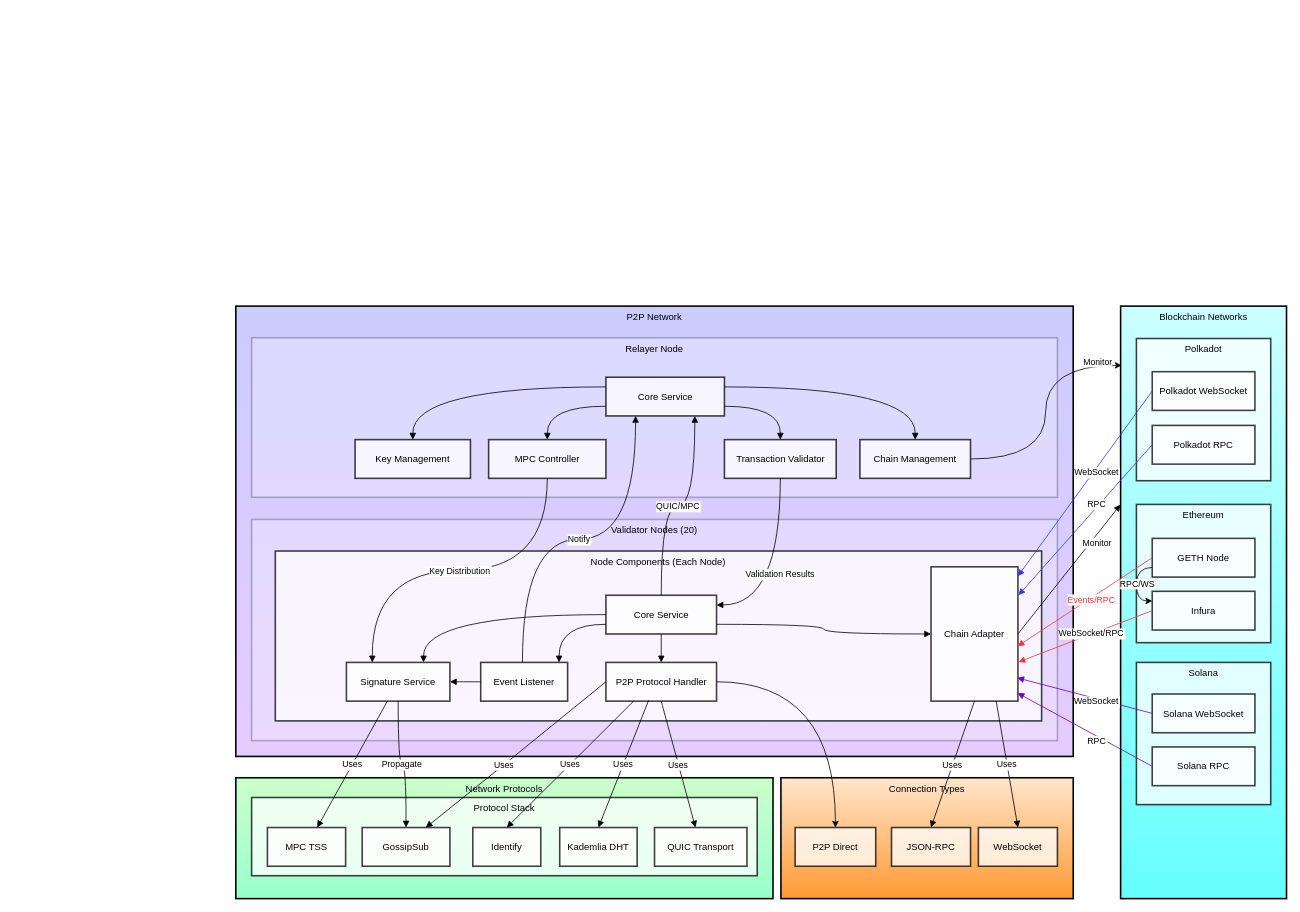
Earlier version of the draw.io diagram page "detail archi" (2 of 4) of drawio/bridge_global_architecture.drawio (chaincraft-labs/bridge-doc). Source tidied: cells renumbered, new cells numbered last; positions are measured from the earlier drawing's top-left corner, leaving out a move shared by most shapes. Both pictures are drawn from the tidied source at 79%, with x=0, y=0 at pixel (235, 306).
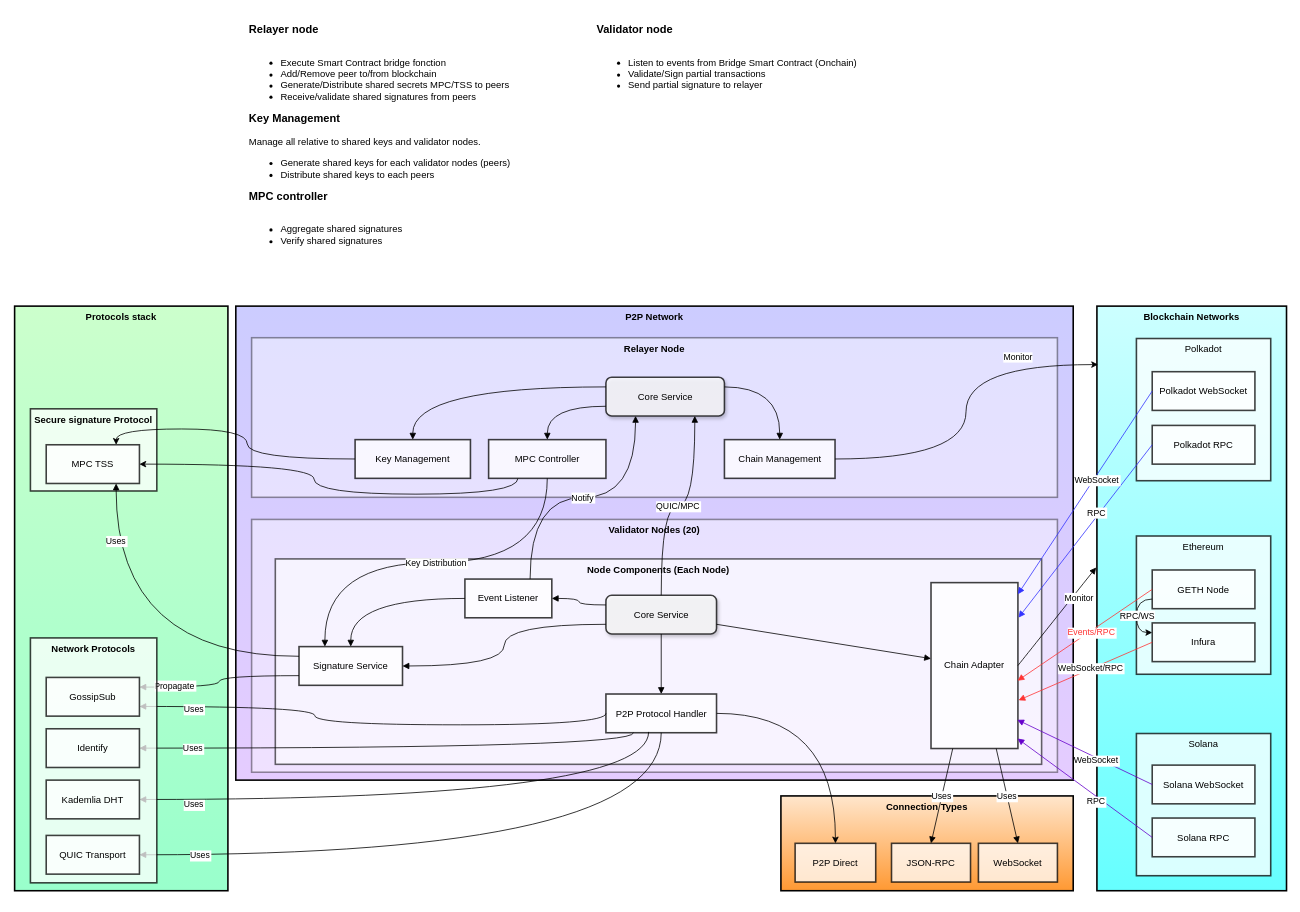
The same page after the edit.

Unchanged cells that the change refers to:
```xml
<mxCell id="22" value="MPC Controller" style="whiteSpace=wrap;strokeWidth=2;opacity=75;" parent="1" vertex="1">
  <mxGeometry x="320" y="169" width="148.5" height="49" as="geometry" />
</mxCell>
<mxCell id="23" value="Key Management" style="whiteSpace=wrap;strokeWidth=2;opacity=75;" parent="1" vertex="1">
  <mxGeometry x="151" y="169" width="146" height="49" as="geometry" />
</mxCell>
```

Change to the diagram source:
```diff
@@
+    <mxCell id="70" value="Protocols stack" style="whiteSpace=wrap;strokeWidth=2;verticalAlign=top;gradientColor=#99FFCC;fillColor=#CCFFCC;fontStyle=1;" parent="1" vertex="1">
+      <mxGeometry x="-280" width="270" height="740" as="geometry" />
+    </mxCell>
+    <mxCell id="71" value="Secure signature Protocol" style="whiteSpace=wrap;strokeWidth=2;verticalAlign=top;opacity=75;fontStyle=1;" parent="1" vertex="1">
+      <mxGeometry x="-260" y="130" width="160" height="104" as="geometry" />
+    </mxCell>
-    <mxCell id="2" value="Connection Types" style="whiteSpace=wrap;strokeWidth=2;verticalAlign=top;gradientColor=#FF9933;fillColor=#FFE6CC;" parent="1" vertex="1">
-      <mxGeometry x="690" y="597" width="370" height="153" as="geometry" />
+    <mxCell id="2" value="Connection Types" style="whiteSpace=wrap;strokeWidth=2;verticalAlign=top;gradientColor=#FF9933;fillColor=#FFE6CC;fontStyle=1;" parent="1" vertex="1">
+      <mxGeometry x="690" y="620" width="370" height="120" as="geometry" />
     </mxCell>
-    <mxCell id="3" value="Network Protocols" style="whiteSpace=wrap;strokeWidth=2;verticalAlign=top;gradientColor=#99FFCC;fillColor=#CCFFCC;" parent="1" vertex="1">
-      <mxGeometry y="597" width="680" height="153" as="geometry" />
-    </mxCell>
-    <mxCell id="4" value="Protocol Stack" style="whiteSpace=wrap;strokeWidth=2;verticalAlign=top;opacity=75;" parent="1" vertex="1">
-      <mxGeometry x="20" y="622" width="640" height="99" as="geometry" />
-    </mxCell>
-    <mxCell id="5" value="P2P Network" style="whiteSpace=wrap;strokeWidth=2;verticalAlign=top;gradientColor=#E5CCFF;fillColor=#CCCCFF;" parent="1" vertex="1">
-      <mxGeometry width="1060" height="570" as="geometry" />
+    <mxCell id="5" value="P2P Network" style="whiteSpace=wrap;strokeWidth=2;verticalAlign=top;gradientColor=#E5CCFF;fillColor=#CCCCFF;fontStyle=1;" parent="1" vertex="1">
+      <mxGeometry width="1060" height="600" as="geometry" />
     </mxCell>
-    <mxCell id="6" value="Validator Nodes (20)" style="whiteSpace=wrap;strokeWidth=2;verticalAlign=top;fillColor=#FFFFFF;gradientColor=none;opacity=25;" parent="1" vertex="1">
-      <mxGeometry x="20" y="270" width="1020" height="280" as="geometry" />
+    <mxCell id="6" value="Validator Nodes (20)" style="whiteSpace=wrap;strokeWidth=2;verticalAlign=top;fillColor=#FFFFFF;gradientColor=none;opacity=40;fontStyle=1;" parent="1" vertex="1">
+      <mxGeometry x="20" y="270" width="1020" height="320" as="geometry" />
     </mxCell>
-    <mxCell id="7" value="Node Components (Each Node)" style="whiteSpace=wrap;strokeWidth=2;verticalAlign=top;opacity=75;" parent="1" vertex="1">
-      <mxGeometry x="50" y="310" width="970" height="215" as="geometry" />
+    <mxCell id="7" value="Node Components (Each Node)" style="whiteSpace=wrap;strokeWidth=2;verticalAlign=top;opacity=60;fontStyle=1;" parent="1" vertex="1">
+      <mxGeometry x="50" y="320" width="970" height="260" as="geometry" />
     </mxCell>
-    <mxCell id="8" value="Relayer Node" style="whiteSpace=wrap;strokeWidth=2;verticalAlign=top;gradientColor=none;fillColor=default;opacity=25;" parent="1" vertex="1">
+    <mxCell id="8" value="Relayer Node" style="whiteSpace=wrap;strokeWidth=2;verticalAlign=top;gradientColor=none;fillColor=default;opacity=40;fontStyle=1;" parent="1" vertex="1">
       <mxGeometry x="20" y="40" width="1020" height="202" as="geometry" />
     </mxCell>
-    <mxCell id="9" value="Blockchain Networks" style="whiteSpace=wrap;strokeWidth=2;verticalAlign=top;gradientColor=#66FFFF;fillColor=#CCFFFF;" parent="1" vertex="1">
-      <mxGeometry x="1120" width="210" height="750" as="geometry" />
+    <mxCell id="9" value="Blockchain Networks" style="whiteSpace=wrap;strokeWidth=2;verticalAlign=top;gradientColor=#66FFFF;fillColor=#CCFFFF;fontStyle=1;" parent="1" vertex="1">
+      <mxGeometry x="1090" width="240" height="740" as="geometry" />
     </mxCell>
     <mxCell id="10" value="Solana" style="whiteSpace=wrap;strokeWidth=2;verticalAlign=top;opacity=75;" parent="1" vertex="1">
-      <mxGeometry x="1140" y="451" width="170" height="180" as="geometry" />
+      <mxGeometry x="1140" y="541" width="170" height="180" as="geometry" />
     </mxCell>
@@
     <mxCell id="12" value="Ethereum" style="whiteSpace=wrap;strokeWidth=2;verticalAlign=top;opacity=75;" parent="1" vertex="1">
-      <mxGeometry x="1140" y="251" width="170" height="175" as="geometry" />
+      <mxGeometry x="1140" y="291" width="170" height="175" as="geometry" />
     </mxCell>
@@
     <mxCell id="15" value="GETH Node" style="whiteSpace=wrap;strokeWidth=2;opacity=75;" parent="1" vertex="1">
-      <mxGeometry x="1160" y="294" width="130" height="49" as="geometry" />
+      <mxGeometry x="1160" y="334" width="130" height="49" as="geometry" />
     </mxCell>
     <mxCell id="16" value="Infura" style="whiteSpace=wrap;strokeWidth=2;opacity=75;" parent="1" vertex="1">
-      <mxGeometry x="1160" y="361" width="130" height="49" as="geometry" />
+      <mxGeometry x="1160" y="401" width="130" height="49" as="geometry" />
     </mxCell>
@@
     <mxCell id="19" value="Solana RPC" style="whiteSpace=wrap;strokeWidth=2;opacity=75;" parent="1" vertex="1">
-      <mxGeometry x="1160" y="558" width="130" height="49" as="geometry" />
+      <mxGeometry x="1160" y="648" width="130" height="49" as="geometry" />
     </mxCell>
     <mxCell id="20" value="Solana WebSocket" style="whiteSpace=wrap;strokeWidth=2;opacity=75;" parent="1" vertex="1">
-      <mxGeometry x="1160" y="491" width="130" height="49" as="geometry" />
+      <mxGeometry x="1160" y="581" width="130" height="49" as="geometry" />
     </mxCell>
-    <mxCell id="21" value="Core Service" style="whiteSpace=wrap;strokeWidth=2;opacity=75;" parent="1" vertex="1">
+    <mxCell id="21" value="Core Service" style="whiteSpace=wrap;strokeWidth=2;opacity=75;strokeColor=default;align=center;verticalAlign=middle;fontFamily=Helvetica;fontSize=12;fontColor=default;fillColor=default;gradientColor=none;rounded=1;shadow=1;" parent="1" vertex="1">
       <mxGeometry x="468.5" y="90" width="150" height="49" as="geometry" />
     </mxCell>
+    <mxCell id="72" style="edgeStyle=orthogonalEdgeStyle;rounded=0;jettySize=auto;html=1;curved=1;entryX=1;entryY=0.5;entryDx=0;entryDy=0;exitX=0.25;exitY=1;exitDx=0;exitDy=0;" parent="1" edge="1" source="22" target="37">
+      <mxGeometry relative="1" as="geometry" />
+    </mxCell>
@@
+    <mxCell id="73" style="rounded=0;jettySize=auto;html=1;edgeStyle=orthogonalEdgeStyle;curved=1;entryX=0.75;entryY=0;entryDx=0;entryDy=0;" parent="1" edge="1" source="23" target="37">
+      <mxGeometry relative="1" as="geometry" />
+    </mxCell>
@@
-    <mxCell id="24" value="Transaction Validator" style="whiteSpace=wrap;strokeWidth=2;opacity=75;" parent="1" vertex="1">
-      <mxGeometry x="618.5" y="169" width="141.5" height="49" as="geometry" />
-    </mxCell>
@@
     <mxCell id="27" value="Chain Management" style="whiteSpace=wrap;strokeWidth=2;opacity=75;" parent="1" vertex="1">
-      <mxGeometry x="790" y="169" width="140" height="49" as="geometry" />
+      <mxGeometry x="618.5" y="169" width="140" height="49" as="geometry" />
     </mxCell>
-    <mxCell id="28" value="Core Service" style="whiteSpace=wrap;strokeWidth=2;opacity=75;" parent="1" vertex="1">
+    <mxCell id="28" value="Core Service" style="whiteSpace=wrap;strokeWidth=2;fillColor=default;strokeColor=default;align=center;verticalAlign=middle;fontFamily=Helvetica;fontSize=12;fontColor=default;gradientColor=none;opacity=75;shadow=1;glass=0;rounded=1;" parent="1" vertex="1">
       <mxGeometry x="468.5" y="366" width="140" height="49" as="geometry" />
     </mxCell>
     <mxCell id="29" value="Event Listener" style="whiteSpace=wrap;strokeWidth=2;opacity=75;" parent="1" vertex="1">
-      <mxGeometry x="310" y="451" width="110" height="49" as="geometry" />
+      <mxGeometry x="290" y="345.5" width="110" height="49" as="geometry" />
     </mxCell>
     <mxCell id="30" value="Chain Adapter" style="whiteSpace=wrap;strokeWidth=2;opacity=75;" parent="1" vertex="1">
-      <mxGeometry x="880" y="330" width="110" height="170" as="geometry" />
+      <mxGeometry x="880" y="350" width="110" height="210" as="geometry" />
     </mxCell>
@@
     <mxCell id="32" value="P2P Protocol Handler" style="whiteSpace=wrap;strokeWidth=2;opacity=75;" parent="1" vertex="1">
-      <mxGeometry x="468.5" y="451" width="140" height="49" as="geometry" />
+      <mxGeometry x="468.5" y="491" width="140" height="49" as="geometry" />
     </mxCell>
-    <mxCell id="33" value="QUIC Transport" style="whiteSpace=wrap;strokeWidth=2;opacity=75;" parent="1" vertex="1">
-      <mxGeometry x="530" y="660" width="117" height="49" as="geometry" />
-    </mxCell>
-    <mxCell id="34" value="Kademlia DHT" style="whiteSpace=wrap;strokeWidth=2;opacity=75;" parent="1" vertex="1">
-      <mxGeometry x="410" y="660" width="98" height="49" as="geometry" />
-    </mxCell>
-    <mxCell id="35" value="GossipSub" style="whiteSpace=wrap;strokeWidth=2;opacity=75;" parent="1" vertex="1">
-      <mxGeometry x="160" y="660" width="111" height="49" as="geometry" />
-    </mxCell>
-    <mxCell id="36" value="Identify" style="whiteSpace=wrap;strokeWidth=2;opacity=75;" parent="1" vertex="1">
-      <mxGeometry x="300" y="660" width="86" height="49" as="geometry" />
-    </mxCell>
-    <mxCell id="37" value="MPC TSS" style="whiteSpace=wrap;strokeWidth=2;opacity=75;" parent="1" vertex="1">
-      <mxGeometry x="40" y="660" width="99" height="49" as="geometry" />
-    </mxCell>
     <mxCell id="38" value="WebSocket" style="whiteSpace=wrap;strokeWidth=2;opacity=75;" parent="1" vertex="1">
-      <mxGeometry x="940" y="660" width="100" height="49" as="geometry" />
+      <mxGeometry x="940" y="680" width="100" height="49" as="geometry" />
     </mxCell>
     <mxCell id="39" value="JSON-RPC" style="whiteSpace=wrap;strokeWidth=2;opacity=75;" parent="1" vertex="1">
-      <mxGeometry x="830" y="660" width="100" height="49" as="geometry" />
+      <mxGeometry x="830" y="680" width="100" height="49" as="geometry" />
     </mxCell>
     <mxCell id="40" value="P2P Direct" style="whiteSpace=wrap;strokeWidth=2;opacity=75;" parent="1" vertex="1">
-      <mxGeometry x="708" y="660" width="102" height="49" as="geometry" />
+      <mxGeometry x="708" y="680" width="102" height="49" as="geometry" />
     </mxCell>
@@
-    <mxCell id="43" style="startArrow=none;endArrow=block;exitX=1;exitY=0.75;entryX=0.5;entryY=-0.01;rounded=0;exitDx=0;exitDy=0;edgeStyle=orthogonalEdgeStyle;curved=1;" parent="1" edge="1" source="21" target="24">
-      <mxGeometry relative="1" as="geometry" />
-    </mxCell>
@@
-    <mxCell id="45" style="startArrow=none;endArrow=block;exitX=0;exitY=0.75;entryX=0.91;entryY=-0.01;rounded=0;exitDx=0;exitDy=0;edgeStyle=orthogonalEdgeStyle;curved=1;" parent="1" edge="1" source="28" target="29">
+    <mxCell id="45" style="startArrow=none;endArrow=block;exitX=0;exitY=0.25;entryX=1;entryY=0.5;rounded=0;exitDx=0;exitDy=0;edgeStyle=orthogonalEdgeStyle;curved=1;entryDx=0;entryDy=0;" parent="1" edge="1" source="28" target="29">
       <mxGeometry relative="1" as="geometry" />
     </mxCell>
-    <mxCell id="46" style="startArrow=none;endArrow=block;exitX=0;exitY=0.5;entryX=0.75;entryY=-0.01;rounded=0;exitDx=0;exitDy=0;edgeStyle=orthogonalEdgeStyle;curved=1;" parent="1" edge="1" source="28" target="69">
+    <mxCell id="46" style="startArrow=none;endArrow=block;exitX=0;exitY=0.75;entryX=1;entryY=0.5;rounded=0;exitDx=0;exitDy=0;edgeStyle=orthogonalEdgeStyle;curved=1;entryDx=0;entryDy=0;" parent="1" edge="1" source="28" target="69">
       <mxGeometry relative="1" as="geometry" />
     </mxCell>
-    <mxCell id="47" style="startArrow=none;endArrow=block;exitX=1;exitY=0.75;rounded=0;exitDx=0;exitDy=0;edgeStyle=orthogonalEdgeStyle;curved=1;" parent="1" edge="1" source="28" target="30">
+    <mxCell id="47" style="startArrow=none;endArrow=block;exitX=1;exitY=0.75;rounded=0;exitDx=0;exitDy=0;" parent="1" edge="1" source="28" target="30">
       <mxGeometry relative="1" as="geometry" />
     </mxCell>
@@
-    <mxCell id="55" value="Uses" style="startArrow=none;endArrow=block;entryX=0.5;entryY=-0.01;rounded=0;exitX=0.386;exitY=0.979;exitDx=0;exitDy=0;exitPerimeter=0;" parent="1" edge="1" source="32" target="34">
-      <mxGeometry relative="1" as="geometry" />
+    <mxCell id="55" value="Uses" style="startArrow=none;endArrow=block;rounded=0;exitX=0.386;exitY=0.979;exitDx=0;exitDy=0;exitPerimeter=0;edgeStyle=orthogonalEdgeStyle;curved=1;entryX=1;entryY=0.5;entryDx=0;entryDy=0;" parent="1" edge="1" source="32" target="34">
+      <mxGeometry x="0.81" y="6" relative="1" as="geometry">
+        <Array as="points">
+          <mxPoint x="522" y="624" />
+        </Array>
+      </mxGeometry>
     </mxCell>
-    <mxCell id="56" value="Uses" style="startArrow=none;endArrow=block;exitX=0;exitY=0.5;entryX=0.73;entryY=-0.01;rounded=0;exitDx=0;exitDy=0;" parent="1" edge="1" source="32" target="35">
-      <mxGeometry x="0.13" relative="1" as="geometry">
+    <mxCell id="56" value="Uses" style="startArrow=none;endArrow=block;exitX=0;exitY=0.5;rounded=0;exitDx=0;exitDy=0;edgeStyle=orthogonalEdgeStyle;curved=1;entryX=1;entryY=0.75;entryDx=0;entryDy=0;" parent="1" edge="1" source="32" target="35">
+      <mxGeometry x="0.78" y="3" relative="1" as="geometry">
         <Array as="points">
-          <mxPoint x="340" y="580" />
+          <mxPoint x="468" y="530" />
+          <mxPoint x="100" y="530" />
+          <mxPoint x="100" y="507" />
         </Array>
       </mxGeometry>
     </mxCell>
-    <mxCell id="57" value="Uses" style="startArrow=none;endArrow=block;exitX=0.25;exitY=1;entryX=0.5;entryY=-0.01;rounded=0;exitDx=0;exitDy=0;" parent="1" edge="1" source="32" target="36">
-      <mxGeometry relative="1" as="geometry" />
+    <mxCell id="57" value="Uses" style="startArrow=none;endArrow=block;exitX=0.25;exitY=1;rounded=0;exitDx=0;exitDy=0;edgeStyle=orthogonalEdgeStyle;curved=1;entryX=1;entryY=0.5;entryDx=0;entryDy=0;" parent="1" edge="1" source="32" target="36">
+      <mxGeometry x="0.79" relative="1" as="geometry" />
     </mxCell>
-    <mxCell id="58" value="Uses" style="startArrow=none;endArrow=block;rounded=0;" parent="1" edge="1" source="69" target="37">
-      <mxGeometry relative="1" as="geometry" />
+    <mxCell id="58" value="Uses" style="startArrow=none;endArrow=block;rounded=0;entryX=0.75;entryY=1;entryDx=0;entryDy=0;edgeStyle=orthogonalEdgeStyle;curved=1;exitX=0;exitY=0.25;exitDx=0;exitDy=0;" parent="1" edge="1" source="69" target="37">
+      <mxGeometry x="0.68" relative="1" as="geometry" />
     </mxCell>
-    <mxCell id="59" value="Uses" style="curved=1;startArrow=none;endArrow=block;exitX=0.5;exitY=0.98;rounded=0;" parent="1" edge="1" source="32" target="33">
-      <mxGeometry relative="1" as="geometry" />
+    <mxCell id="59" value="Uses" style="curved=1;startArrow=none;endArrow=block;exitX=0.5;exitY=0.98;rounded=0;edgeStyle=orthogonalEdgeStyle;entryX=1;entryY=0.5;entryDx=0;entryDy=0;" parent="1" edge="1" source="32" target="33">
+      <mxGeometry x="0.81" relative="1" as="geometry" />
     </mxCell>
@@
-    <mxCell id="61" value="Key Distribution" style="startArrow=none;endArrow=block;exitX=0.5;exitY=0.98;entryX=0.25;entryY=0;rounded=0;entryDx=0;entryDy=0;edgeStyle=orthogonalEdgeStyle;curved=1;" parent="1" edge="1" source="22" target="69">
+    <mxCell id="61" value="Key Distribution" style="startArrow=none;endArrow=block;exitX=0.5;exitY=1;entryX=0.25;entryY=0;rounded=0;entryDx=0;entryDy=0;edgeStyle=orthogonalEdgeStyle;curved=1;exitDx=0;exitDy=0;" parent="1" edge="1" source="22" target="69">
       <mxGeometry relative="1" as="geometry" />
     </mxCell>
-    <mxCell id="62" value="Validation Results" style="startArrow=none;endArrow=block;exitX=0.5;exitY=0.98;entryX=1;entryY=0.25;rounded=0;entryDx=0;entryDy=0;edgeStyle=orthogonalEdgeStyle;curved=1;" parent="1" edge="1" source="24" target="28">
-      <mxGeometry relative="1" as="geometry" />
-    </mxCell>
-    <mxCell id="63" value="Propagate" style="startArrow=none;endArrow=block;rounded=0;edgeStyle=orthogonalEdgeStyle;curved=1;" parent="1" edge="1" source="69" target="35">
-      <mxGeometry relative="1" as="geometry" />
+    <mxCell id="63" value="Propagate" style="startArrow=none;endArrow=block;rounded=0;edgeStyle=orthogonalEdgeStyle;curved=1;entryX=1;entryY=0.25;entryDx=0;entryDy=0;exitX=0;exitY=0.75;exitDx=0;exitDy=0;" parent="1" edge="1" source="69" target="35">
+      <mxGeometry x="0.59" y="-2" relative="1" as="geometry" />
     </mxCell>
-    <mxCell id="64" value="Notify" style="startArrow=none;endArrow=block;exitX=0.48;exitY=-0.01;entryX=0.25;entryY=1;rounded=0;entryDx=0;entryDy=0;edgeStyle=orthogonalEdgeStyle;curved=1;" parent="1" edge="1" source="29" target="21">
+    <mxCell id="64" value="Notify" style="startArrow=none;endArrow=block;exitX=0.75;exitY=0;entryX=0.25;entryY=1;rounded=0;entryDx=0;entryDy=0;edgeStyle=orthogonalEdgeStyle;curved=1;exitDx=0;exitDy=0;" parent="1" edge="1" source="29" target="21">
       <mxGeometry relative="1" as="geometry" />
     </mxCell>
@@
-    <mxCell id="66" value="Uses" style="startArrow=none;endArrow=block;exitX=0.5;exitY=1;entryX=0.5;entryY=-0.01;rounded=0;exitDx=0;exitDy=0;" parent="1" edge="1" source="30" target="39">
+    <mxCell id="66" value="Uses" style="startArrow=none;endArrow=block;exitX=0.25;exitY=1;entryX=0.5;entryY=-0.01;rounded=0;exitDx=0;exitDy=0;" parent="1" edge="1" source="30" target="39">
       <mxGeometry relative="1" as="geometry" />
     </mxCell>
-    <mxCell id="67" value="Monitor" style="curved=1;startArrow=none;endArrow=block;rounded=0;exitX=1;exitY=0.5;exitDx=0;exitDy=0;entryX=-0.001;entryY=0.335;entryDx=0;entryDy=0;entryPerimeter=0;" parent="1" edge="1" source="30" target="9">
+    <mxCell id="67" value="Monitor" style="curved=1;startArrow=none;endArrow=block;rounded=0;exitX=1;exitY=0.5;exitDx=0;exitDy=0;entryX=-0.004;entryY=0.447;entryDx=0;entryDy=0;entryPerimeter=0;" parent="1" edge="1" source="30" target="9">
       <mxGeometry x="0.46" y="-7" relative="1" as="geometry" />
     </mxCell>
@@
     <mxCell id="69" value="Signature Service" style="whiteSpace=wrap;strokeWidth=2;opacity=75;" parent="1" vertex="1">
-      <mxGeometry x="140" y="451" width="131" height="49" as="geometry" />
+      <mxGeometry x="80" y="431" width="131" height="49" as="geometry" />
     </mxCell>
+    <mxCell id="74" value="&lt;b&gt;&lt;font style=&quot;font-size: 14px;&quot;&gt;Relayer node&lt;/font&gt;&lt;/b&gt;&lt;div&gt;&lt;br&gt;&lt;/div&gt;&lt;div&gt;&lt;ul&gt;&lt;li&gt;Execute Smart Contract bridge fonction&lt;/li&gt;&lt;li&gt;Add/Remove peer to/from blockchain&lt;/li&gt;&lt;li&gt;Generate/Distribute shared secrets MPC/TSS to peers&lt;/li&gt;&lt;li&gt;Receive/validate shared signatures from peers&lt;/li&gt;&lt;/ul&gt;&lt;div&gt;&lt;b&gt;&lt;font style=&quot;font-size: 14px;&quot;&gt;Key Management&lt;/font&gt;&lt;/b&gt;&lt;/div&gt;&lt;/div&gt;&lt;div&gt;&lt;br&gt;&lt;/div&gt;&lt;div&gt;Manage all relative to shared keys and validator nodes.&lt;/div&gt;&lt;div&gt;&lt;ul&gt;&lt;li&gt;Generate shared keys for each validator nodes (peers)&lt;/li&gt;&lt;li&gt;Distribute shared keys to each peers&lt;/li&gt;&lt;/ul&gt;&lt;div&gt;&lt;b&gt;&lt;font style=&quot;font-size: 14px;&quot;&gt;MPC controller&lt;/font&gt;&lt;/b&gt;&lt;/div&gt;&lt;/div&gt;&lt;div&gt;&lt;br&gt;&lt;/div&gt;&lt;div&gt;&lt;ul&gt;&lt;li&gt;Aggregate shared signatures&lt;/li&gt;&lt;li&gt;Verify shared signatures&lt;/li&gt;&lt;/ul&gt;&lt;/div&gt;" style="text;html=1;align=left;verticalAlign=top;whiteSpace=wrap;rounded=0;fillColor=default;spacingLeft=5;spacingTop=5;" parent="1" vertex="1">
+      <mxGeometry x="10" y="-370" width="360" height="320" as="geometry" />
+    </mxCell>
+    <mxCell id="75" value="&lt;b&gt;&lt;font style=&quot;font-size: 14px;&quot;&gt;Validator node&lt;/font&gt;&lt;/b&gt;&lt;div&gt;&lt;br&gt;&lt;/div&gt;&lt;div&gt;&lt;ul&gt;&lt;li&gt;Listen to events from Bridge Smart Contract (Onchain)&lt;/li&gt;&lt;li&gt;&lt;span style=&quot;background-color: initial;&quot;&gt;Validate/Sign partial transactions&lt;/span&gt;&lt;/li&gt;&lt;li&gt;Send partial signature to relayer&lt;/li&gt;&lt;/ul&gt;&lt;/div&gt;" style="text;html=1;align=left;verticalAlign=top;whiteSpace=wrap;rounded=0;fillColor=default;spacingLeft=5;spacingTop=5;" parent="1" vertex="1">
+      <mxGeometry x="450" y="-370" width="360" height="120" as="geometry" />
+    </mxCell>
+    <mxCell id="3" value="Network Protocols" style="whiteSpace=wrap;strokeWidth=2;verticalAlign=top;opacity=75;fontStyle=1;" parent="1" vertex="1">
+      <mxGeometry x="-260" y="420" width="160" height="310" as="geometry" />
+    </mxCell>
+    <mxCell id="33" value="QUIC Transport" style="whiteSpace=wrap;strokeWidth=2;opacity=75;" parent="1" vertex="1">
+      <mxGeometry x="-240" y="670" width="118" height="49" as="geometry" />
+    </mxCell>
+    <mxCell id="34" value="Kademlia DHT" style="whiteSpace=wrap;strokeWidth=2;opacity=75;" parent="1" vertex="1">
+      <mxGeometry x="-240" y="600" width="118" height="49" as="geometry" />
+    </mxCell>
+    <mxCell id="35" value="GossipSub" style="whiteSpace=wrap;strokeWidth=2;opacity=75;" parent="1" vertex="1">
+      <mxGeometry x="-240" y="470" width="118" height="49" as="geometry" />
+    </mxCell>
+    <mxCell id="36" value="Identify" style="whiteSpace=wrap;strokeWidth=2;opacity=75;" parent="1" vertex="1">
+      <mxGeometry x="-240" y="535" width="118" height="49" as="geometry" />
+    </mxCell>
+    <mxCell id="37" value="MPC TSS" style="whiteSpace=wrap;strokeWidth=2;opacity=75;" parent="1" vertex="1">
+      <mxGeometry x="-240" y="175.5" width="118" height="49" as="geometry" />
+    </mxCell>
```
